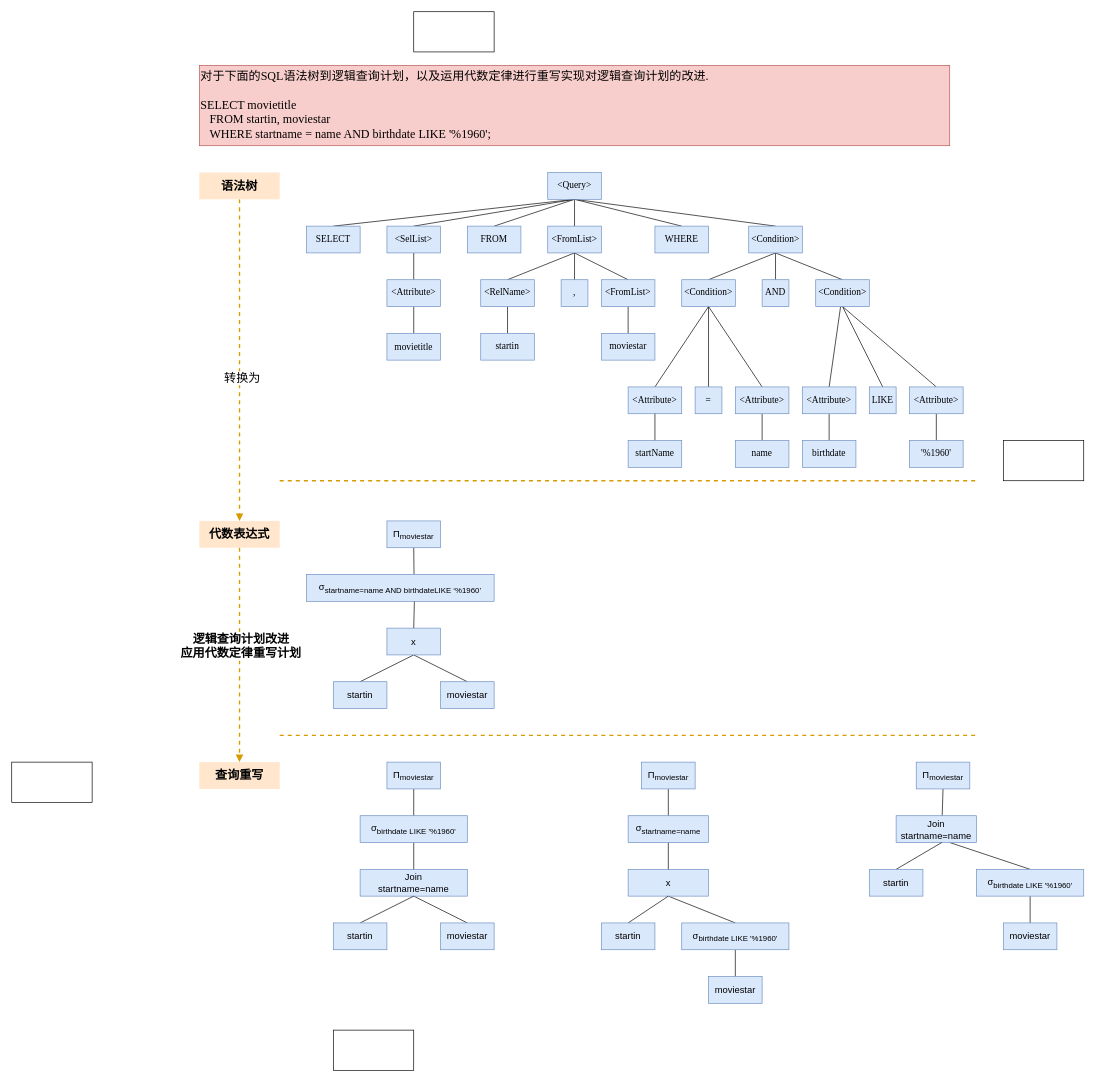
Before: page "5.查询编译" (2 of 2) of Draw.io/DB_System_IMPL.drawio in DepInjoy/geektime, a draw.io diagram. Source tidied: cells renumbered, new cells numbered last; positions are measured from the earlier drawing's top-left corner, leaving out a move shared by most shapes. Both pictures are drawn from the tidied source at 67%, with x=0, y=0 at pixel (11, 11).
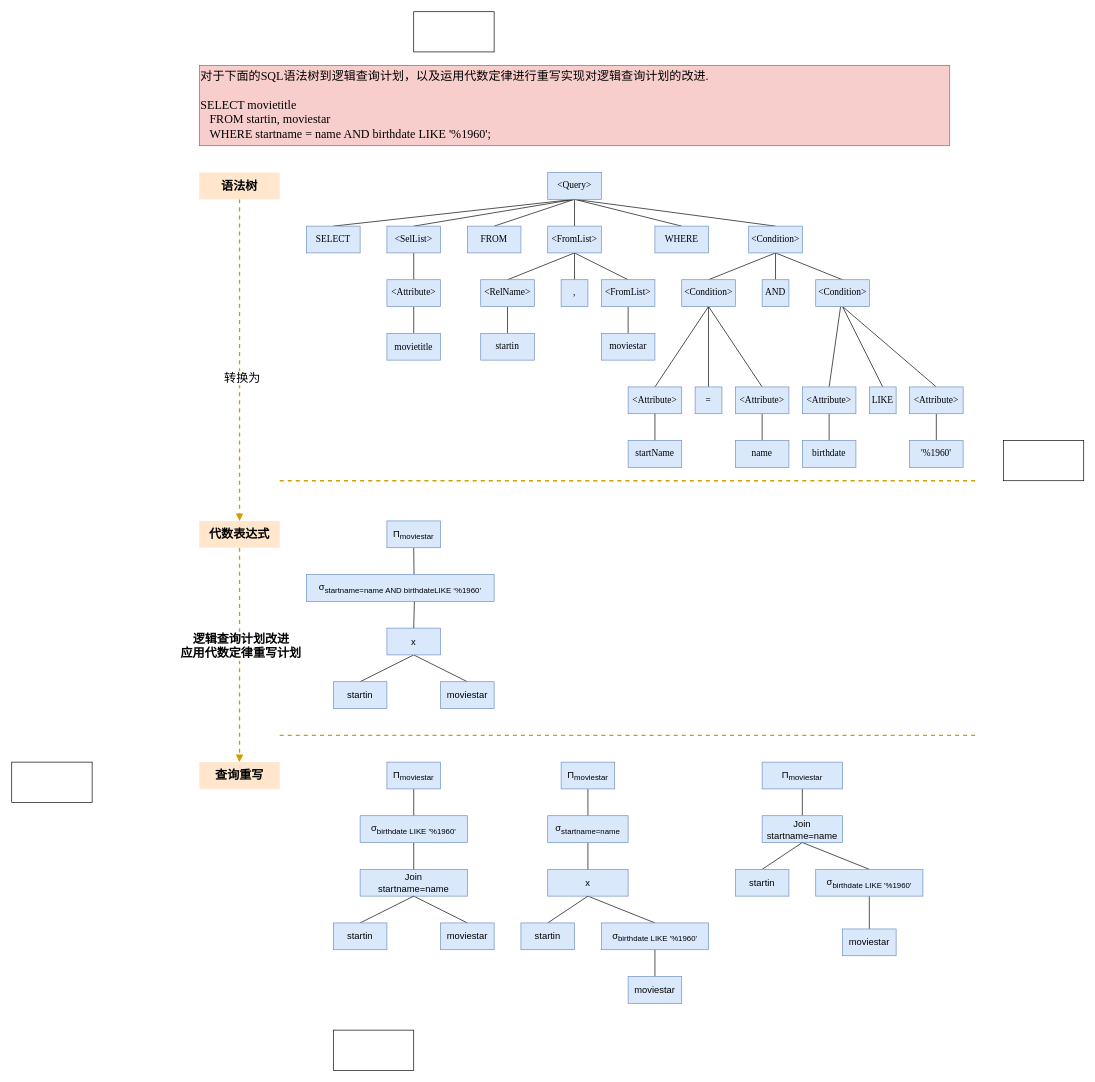
The same page after the edit.

Change to the diagram source:
```diff
@@
     <mxCell id="88" value="&lt;font style=&quot;font-size: 14px;&quot;&gt;Π&lt;sub&gt;moviestar&lt;/sub&gt;&lt;/font&gt;" style="rounded=0;whiteSpace=wrap;html=1;fillColor=#dae8fc;strokeColor=#6c8ebf;" parent="1" vertex="1">
-      <mxGeometry x="940" y="1120" width="80" height="40" as="geometry" />
+      <mxGeometry x="820" y="1120" width="80" height="40" as="geometry" />
     </mxCell>
@@
     <mxCell id="90" value="&lt;span style=&quot;font-size: 14px;&quot;&gt;x&lt;/span&gt;" style="rounded=0;whiteSpace=wrap;html=1;fillColor=#dae8fc;strokeColor=#6c8ebf;" parent="1" vertex="1">
-      <mxGeometry x="920" y="1280" width="120" height="40" as="geometry" />
+      <mxGeometry x="800" y="1280" width="120" height="40" as="geometry" />
     </mxCell>
@@
     <mxCell id="93" value="&lt;font style=&quot;font-size: 14px;&quot;&gt;σ&lt;sub&gt;birthdate LIKE '%1960'&lt;/sub&gt;&lt;/font&gt;" style="rounded=0;whiteSpace=wrap;html=1;fillColor=#dae8fc;strokeColor=#6c8ebf;" parent="1" vertex="1">
-      <mxGeometry x="1000" y="1360" width="160" height="40" as="geometry" />
+      <mxGeometry x="880" y="1360" width="160" height="40" as="geometry" />
     </mxCell>
     <mxCell id="94" value="&lt;font style=&quot;font-size: 14px;&quot;&gt;startin&lt;/font&gt;" style="rounded=0;whiteSpace=wrap;html=1;fillColor=#dae8fc;strokeColor=#6c8ebf;" parent="1" vertex="1">
-      <mxGeometry x="880" y="1360" width="80" height="40" as="geometry" />
+      <mxGeometry x="760" y="1360" width="80" height="40" as="geometry" />
     </mxCell>
     <mxCell id="95" value="&lt;font style=&quot;font-size: 14px;&quot;&gt;moviestar&lt;/font&gt;" style="rounded=0;whiteSpace=wrap;html=1;fillColor=#dae8fc;strokeColor=#6c8ebf;" parent="1" vertex="1">
-      <mxGeometry x="1040" y="1440" width="80" height="40" as="geometry" />
+      <mxGeometry x="920" y="1440" width="80" height="40" as="geometry" />
     </mxCell>
-    <mxCell id="96" style="edgeStyle=none;rounded=0;jettySize=auto;html=1;exitX=0.5;exitY=1;exitDx=0;exitDy=0;entryX=0.573;entryY=0;entryDx=0;entryDy=0;entryPerimeter=0;fontFamily=Times New Roman;fontSize=18;fontColor=#000000;endArrow=none;endFill=0;" parent="1" edge="1" source="97" target="99">
+    <mxCell id="96" style="edgeStyle=none;rounded=0;jettySize=auto;html=1;exitX=0.5;exitY=1;exitDx=0;exitDy=0;entryX=0.5;entryY=0;entryDx=0;entryDy=0;fontFamily=Times New Roman;fontSize=18;fontColor=#000000;endArrow=none;endFill=0;" parent="1" edge="1" source="97" target="99">
       <mxGeometry relative="1" as="geometry" />
     </mxCell>
     <mxCell id="97" value="&lt;font style=&quot;font-size: 14px;&quot;&gt;Π&lt;sub&gt;moviestar&lt;/sub&gt;&lt;/font&gt;" style="rounded=0;whiteSpace=wrap;html=1;fillColor=#dae8fc;strokeColor=#6c8ebf;" parent="1" vertex="1">
-      <mxGeometry x="1350" y="1120" width="80" height="40" as="geometry" />
+      <mxGeometry x="1120" y="1120" width="120" height="40" as="geometry" />
     </mxCell>
-    <mxCell id="98" style="edgeStyle=none;rounded=0;jettySize=auto;html=1;entryX=0.5;entryY=0;entryDx=0;entryDy=0;fontFamily=Times New Roman;fontSize=18;fontColor=#000000;endArrow=none;endFill=0;" parent="1" edge="1" target="102">
-      <mxGeometry relative="1" as="geometry">
-        <mxPoint x="1400" y="1240" as="sourcePoint" />
-      </mxGeometry>
+    <mxCell id="98" style="edgeStyle=none;rounded=0;jettySize=auto;html=1;entryX=0.5;entryY=0;entryDx=0;entryDy=0;fontFamily=Times New Roman;fontSize=18;fontColor=#000000;endArrow=none;endFill=0;exitX=0.5;exitY=1;exitDx=0;exitDy=0;" parent="1" edge="1" source="99" target="102">
+      <mxGeometry relative="1" as="geometry" />
     </mxCell>
     <mxCell id="99" value="&lt;font style=&quot;&quot;&gt;&lt;sub style=&quot;&quot;&gt;&lt;span style=&quot;font-size: 14px;&quot;&gt;Join&lt;br&gt;startname=name&lt;/span&gt;&lt;/sub&gt;&lt;/font&gt;" style="rounded=0;whiteSpace=wrap;html=1;fillColor=#dae8fc;strokeColor=#6c8ebf;" parent="1" vertex="1">
-      <mxGeometry x="1320" y="1200" width="120" height="40" as="geometry" />
+      <mxGeometry x="1120" y="1200" width="120" height="40" as="geometry" />
     </mxCell>
-    <mxCell id="100" style="edgeStyle=none;rounded=0;jettySize=auto;html=1;exitX=0.568;exitY=1;exitDx=0;exitDy=0;entryX=0.5;entryY=0;entryDx=0;entryDy=0;fontFamily=Times New Roman;fontSize=18;fontColor=#000000;endArrow=none;endFill=0;exitPerimeter=0;" parent="1" edge="1" source="99" target="103">
+    <mxCell id="100" style="edgeStyle=none;rounded=0;jettySize=auto;html=1;exitX=0.5;exitY=1;exitDx=0;exitDy=0;entryX=0.5;entryY=0;entryDx=0;entryDy=0;fontFamily=Times New Roman;fontSize=18;fontColor=#000000;endArrow=none;endFill=0;" parent="1" edge="1" source="99" target="103">
       <mxGeometry relative="1" as="geometry" />
     </mxCell>
@@
     <mxCell id="102" value="&lt;font style=&quot;font-size: 14px;&quot;&gt;σ&lt;sub&gt;birthdate LIKE '%1960'&lt;/sub&gt;&lt;/font&gt;" style="rounded=0;whiteSpace=wrap;html=1;fillColor=#dae8fc;strokeColor=#6c8ebf;" parent="1" vertex="1">
-      <mxGeometry x="1440" y="1280" width="160" height="40" as="geometry" />
+      <mxGeometry x="1200" y="1280" width="160" height="40" as="geometry" />
     </mxCell>
     <mxCell id="103" value="&lt;font style=&quot;font-size: 14px;&quot;&gt;startin&lt;/font&gt;" style="rounded=0;whiteSpace=wrap;html=1;fillColor=#dae8fc;strokeColor=#6c8ebf;" parent="1" vertex="1">
-      <mxGeometry x="1280" y="1280" width="80" height="40" as="geometry" />
+      <mxGeometry x="1080" y="1280" width="80" height="40" as="geometry" />
     </mxCell>
     <mxCell id="104" value="&lt;font style=&quot;font-size: 14px;&quot;&gt;moviestar&lt;/font&gt;" style="rounded=0;whiteSpace=wrap;html=1;fillColor=#dae8fc;strokeColor=#6c8ebf;" parent="1" vertex="1">
-      <mxGeometry x="1480" y="1360" width="80" height="40" as="geometry" />
+      <mxGeometry x="1240" y="1369" width="80" height="40" as="geometry" />
     </mxCell>
@@
     <mxCell id="106" value="&lt;font style=&quot;font-size: 14px;&quot;&gt;σ&lt;sub&gt;startname=name&lt;/sub&gt;&lt;/font&gt;" style="rounded=0;whiteSpace=wrap;html=1;fillColor=#dae8fc;strokeColor=#6c8ebf;" parent="1" vertex="1">
-      <mxGeometry x="920" y="1200" width="120" height="40" as="geometry" />
+      <mxGeometry x="800" y="1200" width="120" height="40" as="geometry" />
     </mxCell>
```
